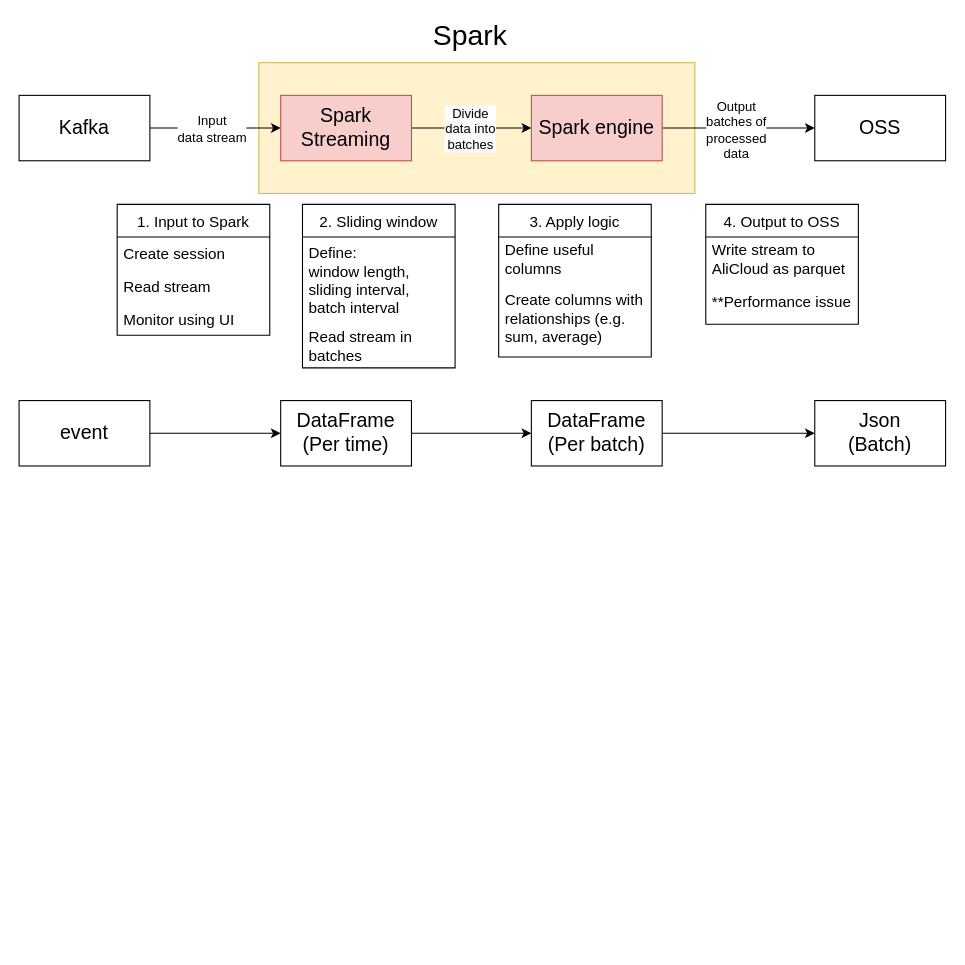
This is Untitled Diagram.drawio from tommy200401/Draw.io, a draw.io file, before an edit. Source tidied: cells renumbered, new cells numbered last; positions are measured from the earlier drawing's top-left corner, leaving out a move shared by most shapes. Both pictures are drawn from the tidied source at 109%, with x=0, y=0 at pixel (19, 19).
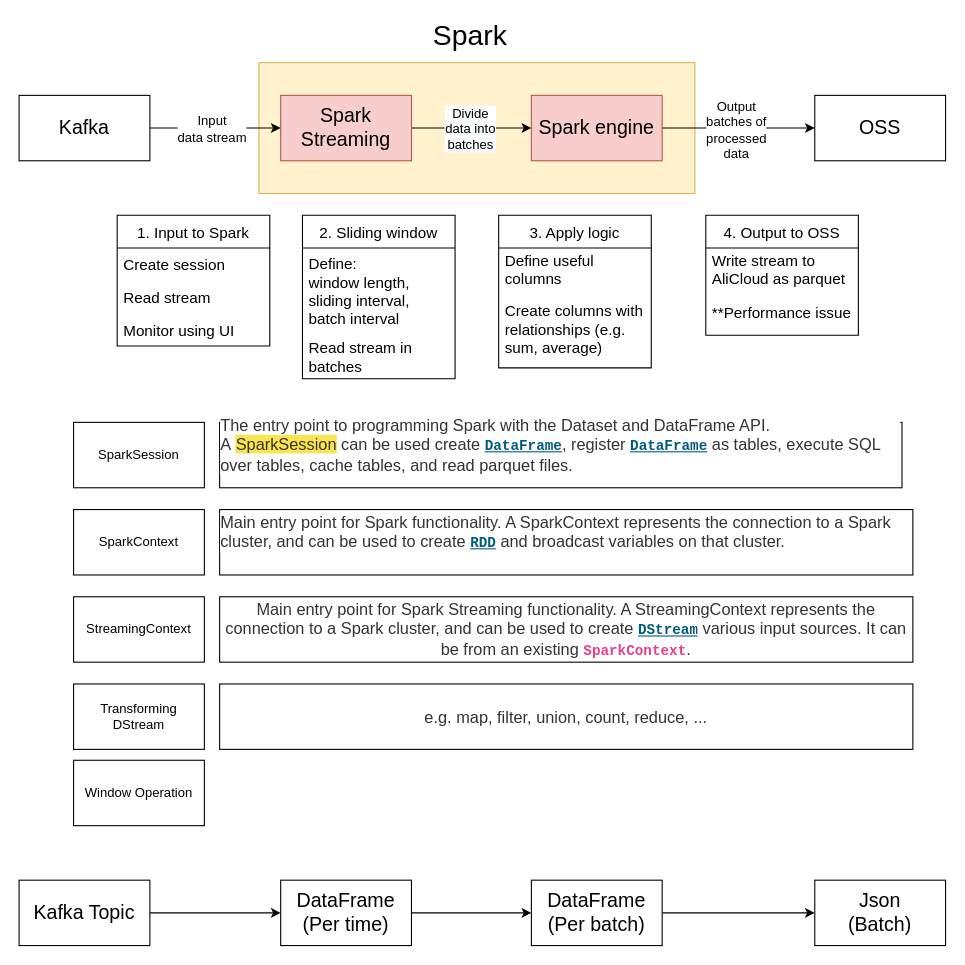
Above is the later version.

The edit, as a diff of the source:
```diff
@@
     <mxCell id="14" style="edgeStyle=orthogonalEdgeStyle;rounded=0;jettySize=auto;html=1;exitX=1;exitY=0.5;exitDx=0;exitDy=0;entryX=0;entryY=0.5;entryDx=0;entryDy=0;fontSize=18;" parent="1" edge="1" source="15">
       <mxGeometry relative="1" as="geometry">
-        <mxPoint x="240" y="380" as="targetPoint" />
+        <mxPoint x="240" y="820" as="targetPoint" />
       </mxGeometry>
     </mxCell>
-    <mxCell id="15" value="event" style="rounded=0;whiteSpace=wrap;html=1;fontSize=18;" parent="1" vertex="1">
-      <mxGeometry y="350" width="120" height="60" as="geometry" />
+    <mxCell id="15" value="Kafka Topic" style="rounded=0;whiteSpace=wrap;html=1;fontSize=18;" parent="1" vertex="1">
+      <mxGeometry y="790" width="120" height="60" as="geometry" />
     </mxCell>
@@
     <mxCell id="17" value="DataFrame&lt;br&gt;(Per batch)" style="rounded=0;whiteSpace=wrap;html=1;fontSize=18;" parent="1" vertex="1">
-      <mxGeometry x="470" y="350" width="120" height="60" as="geometry" />
+      <mxGeometry x="470" y="790" width="120" height="60" as="geometry" />
     </mxCell>
@@
     <mxCell id="19" value="DataFrame&lt;br&gt;(Per time)" style="rounded=0;whiteSpace=wrap;html=1;fontSize=18;" parent="1" vertex="1">
-      <mxGeometry x="240" y="350" width="120" height="60" as="geometry" />
+      <mxGeometry x="240" y="790" width="120" height="60" as="geometry" />
     </mxCell>
     <mxCell id="20" value="Json&lt;br&gt;(Batch)" style="rounded=0;whiteSpace=wrap;html=1;fontSize=18;" parent="1" vertex="1">
-      <mxGeometry x="730" y="350" width="120" height="60" as="geometry" />
+      <mxGeometry x="730" y="790" width="120" height="60" as="geometry" />
     </mxCell>
     <mxCell id="21" value="1. Input to Spark" style="swimlane;fontStyle=0;horizontal=1;startSize=30;fontSize=14;" parent="1" vertex="1">
-      <mxGeometry x="90" y="170" width="140" height="120" as="geometry" />
+      <mxGeometry x="90" y="180" width="140" height="120" as="geometry" />
     </mxCell>
@@
     <mxCell id="25" value="2. Sliding window" style="swimlane;fontStyle=0;horizontal=1;startSize=30;fontSize=14;" parent="1" vertex="1">
-      <mxGeometry x="260" y="170" width="140" height="150" as="geometry" />
+      <mxGeometry x="260" y="180" width="140" height="150" as="geometry" />
     </mxCell>
@@
     <mxCell id="28" value="3. Apply logic" style="swimlane;fontStyle=0;horizontal=1;startSize=30;fontSize=14;" parent="1" vertex="1">
-      <mxGeometry x="440" y="170" width="140" height="140" as="geometry" />
+      <mxGeometry x="440" y="180" width="140" height="140" as="geometry" />
     </mxCell>
@@
     <mxCell id="31" value="4. Output to OSS" style="swimlane;fontStyle=0;horizontal=1;startSize=30;fontSize=14;" parent="1" vertex="1">
-      <mxGeometry x="630" y="170" width="140" height="110" as="geometry" />
+      <mxGeometry x="630" y="180" width="140" height="110" as="geometry" />
     </mxCell>
@@
+    <mxCell id="34" value="SparkContext" style="rounded=0;whiteSpace=wrap;html=1;fontSize=12;" parent="1" vertex="1">
+      <mxGeometry x="50" y="450" width="120" height="60" as="geometry" />
+    </mxCell>
+    <mxCell id="35" value="StreamingContext" style="rounded=0;whiteSpace=wrap;html=1;fontSize=12;" parent="1" vertex="1">
+      <mxGeometry x="50" y="530" width="120" height="60" as="geometry" />
+    </mxCell>
+    <mxCell id="36" value="SparkSession" style="rounded=0;whiteSpace=wrap;html=1;fontSize=12;" parent="1" vertex="1">
+      <mxGeometry x="50" y="370" width="120" height="60" as="geometry" />
+    </mxCell>
+    <mxCell id="37" value="&lt;p style=&quot;box-sizing: border-box ; margin-top: 0px ; margin-bottom: 1.15rem ; font-size: 15px ; color: rgb(51 , 51 , 51) ; font-family: &amp;#34;source sans pro&amp;#34; , sans-serif ; text-align: left ; background-color: rgb(255 , 255 , 255)&quot;&gt;Main entry point for Spark functionality. A SparkContext represents the connection to a Spark cluster, and can be used to create&amp;nbsp;&lt;a class=&quot;reference internal&quot; href=&quot;https://spark.apache.org/docs/latest/api/python/reference/api/pyspark.RDD.html#pyspark.RDD&quot; title=&quot;pyspark.RDD&quot; style=&quot;box-sizing: border-box ; color: rgb(0 , 91 , 129) ; background-color: transparent&quot;&gt;&lt;code class=&quot;xref py py-class docutils literal notranslate&quot; style=&quot;box-sizing: border-box ; font-family: , &amp;#34;menlo&amp;#34; , &amp;#34;monaco&amp;#34; , &amp;#34;consolas&amp;#34; , &amp;#34;liberation mono&amp;#34; , &amp;#34;courier new&amp;#34; , monospace ; font-size: 13.125px ; color: inherit ; overflow-wrap: break-word ; background-color: transparent ; font-weight: bold&quot;&gt;&lt;span class=&quot;pre&quot; style=&quot;box-sizing: border-box&quot;&gt;RDD&lt;/span&gt;&lt;/code&gt;&lt;/a&gt;&amp;nbsp;and broadcast variables on that cluster.&lt;/p&gt;" style="rounded=0;whiteSpace=wrap;html=1;fontSize=12;" parent="1" vertex="1">
+      <mxGeometry x="184" y="450" width="636" height="60" as="geometry" />
+    </mxCell>
+    <mxCell id="38" value="&lt;span style=&quot;color: rgb(51 , 51 , 51) ; font-family: &amp;#34;source sans pro&amp;#34; , sans-serif ; font-size: 15px ; text-align: left ; background-color: rgb(255 , 255 , 255)&quot;&gt;Main entry point for Spark Streaming functionality. A StreamingContext represents the connection to a Spark cluster, and can be used to create&amp;nbsp;&lt;/span&gt;&lt;a class=&quot;reference internal&quot; href=&quot;https://spark.apache.org/docs/latest/api/python/reference/api/pyspark.streaming.DStream.html#pyspark.streaming.DStream&quot; title=&quot;pyspark.streaming.DStream&quot; style=&quot;box-sizing: border-box ; color: rgb(0 , 91 , 129) ; background-color: rgb(255 , 255 , 255) ; font-family: &amp;#34;source sans pro&amp;#34; , sans-serif ; font-size: 15px ; text-align: left&quot;&gt;&lt;code class=&quot;xref py py-class docutils literal notranslate&quot; style=&quot;box-sizing: border-box ; font-family: , &amp;#34;menlo&amp;#34; , &amp;#34;monaco&amp;#34; , &amp;#34;consolas&amp;#34; , &amp;#34;liberation mono&amp;#34; , &amp;#34;courier new&amp;#34; , monospace ; font-size: 13.125px ; color: inherit ; overflow-wrap: break-word ; background-color: transparent ; font-weight: bold&quot;&gt;&lt;span class=&quot;pre&quot; style=&quot;box-sizing: border-box&quot;&gt;DStream&lt;/span&gt;&lt;/code&gt;&lt;/a&gt;&lt;span style=&quot;color: rgb(51 , 51 , 51) ; font-family: &amp;#34;source sans pro&amp;#34; , sans-serif ; font-size: 15px ; text-align: left ; background-color: rgb(255 , 255 , 255)&quot;&gt;&amp;nbsp;various input sources. It can be from an existing&amp;nbsp;&lt;/span&gt;&lt;code class=&quot;xref py py-class docutils literal notranslate&quot; style=&quot;box-sizing: border-box ; font-family: , &amp;#34;menlo&amp;#34; , &amp;#34;monaco&amp;#34; , &amp;#34;consolas&amp;#34; , &amp;#34;liberation mono&amp;#34; , &amp;#34;courier new&amp;#34; , monospace ; font-size: 13.125px ; color: rgb(232 , 62 , 140) ; overflow-wrap: break-word ; background-color: rgb(255 , 255 , 255) ; font-weight: bold ; text-align: left&quot;&gt;&lt;span class=&quot;pre&quot; style=&quot;box-sizing: border-box&quot;&gt;SparkContext&lt;/span&gt;&lt;/code&gt;&lt;span style=&quot;color: rgb(51 , 51 , 51) ; font-family: &amp;#34;source sans pro&amp;#34; , sans-serif ; font-size: 15px ; text-align: left ; background-color: rgb(255 , 255 , 255)&quot;&gt;.&lt;/span&gt;" style="rounded=0;whiteSpace=wrap;html=1;fontSize=12;" parent="1" vertex="1">
+      <mxGeometry x="184" y="530" width="636" height="60" as="geometry" />
+    </mxCell>
+    <mxCell id="39" value="&lt;p style=&quot;box-sizing: border-box ; margin-top: 0px ; margin-bottom: 1.15rem ; font-size: 15px ; color: rgb(51 , 51 , 51) ; font-family: &amp;#34;source sans pro&amp;#34; , sans-serif ; text-align: left ; background-color: rgb(255 , 255 , 255)&quot;&gt;The entry point to programming Spark with the Dataset and DataFrame API. A&amp;nbsp;&lt;span class=&quot;highlighted&quot; style=&quot;box-sizing: border-box ; background-color: rgb(251 , 229 , 78)&quot;&gt;SparkSession&lt;/span&gt;&amp;nbsp;can be used create&amp;nbsp;&lt;a class=&quot;reference internal&quot; href=&quot;https://spark.apache.org/docs/latest/api/python/reference/api/pyspark.sql.DataFrame.html#pyspark.sql.DataFrame&quot; title=&quot;pyspark.sql.DataFrame&quot; style=&quot;box-sizing: border-box ; color: rgb(0 , 91 , 129) ; background-color: transparent&quot;&gt;&lt;code class=&quot;xref py py-class docutils literal notranslate&quot; style=&quot;box-sizing: border-box ; font-family: , &amp;#34;menlo&amp;#34; , &amp;#34;monaco&amp;#34; , &amp;#34;consolas&amp;#34; , &amp;#34;liberation mono&amp;#34; , &amp;#34;courier new&amp;#34; , monospace ; font-size: 13.125px ; color: inherit ; overflow-wrap: break-word ; background-color: transparent ; font-weight: bold&quot;&gt;&lt;span class=&quot;pre&quot; style=&quot;box-sizing: border-box&quot;&gt;DataFrame&lt;/span&gt;&lt;/code&gt;&lt;/a&gt;, register&amp;nbsp;&lt;a class=&quot;reference internal&quot; href=&quot;https://spark.apache.org/docs/latest/api/python/reference/api/pyspark.sql.DataFrame.html#pyspark.sql.DataFrame&quot; title=&quot;pyspark.sql.DataFrame&quot; style=&quot;box-sizing: border-box ; color: rgb(0 , 91 , 129) ; background-color: transparent&quot;&gt;&lt;code class=&quot;xref py py-class docutils literal notranslate&quot; style=&quot;box-sizing: border-box ; font-family: , &amp;#34;menlo&amp;#34; , &amp;#34;monaco&amp;#34; , &amp;#34;consolas&amp;#34; , &amp;#34;liberation mono&amp;#34; , &amp;#34;courier new&amp;#34; , monospace ; font-size: 13.125px ; color: inherit ; overflow-wrap: break-word ; background-color: transparent ; font-weight: bold&quot;&gt;&lt;span class=&quot;pre&quot; style=&quot;box-sizing: border-box&quot;&gt;DataFrame&lt;/span&gt;&lt;/code&gt;&lt;/a&gt;&amp;nbsp;as tables, execute SQL over tables, cache tables, and read parquet files.&amp;nbsp;&lt;/p&gt;" style="rounded=0;whiteSpace=wrap;html=1;fontSize=12;" parent="1" vertex="1">
+      <mxGeometry x="184" y="370" width="626" height="60" as="geometry" />
+    </mxCell>
+    <mxCell id="40" value="Transforming&lt;br&gt;DStream" style="rounded=0;whiteSpace=wrap;html=1;fontSize=12;" parent="1" vertex="1">
+      <mxGeometry x="50" y="610" width="120" height="60" as="geometry" />
+    </mxCell>
+    <mxCell id="41" value="Window Operation" style="rounded=0;whiteSpace=wrap;html=1;fontSize=12;" parent="1" vertex="1">
+      <mxGeometry x="50" y="680" width="120" height="60" as="geometry" />
+    </mxCell>
+    <mxCell id="42" value="&lt;div style=&quot;text-align: left&quot;&gt;&lt;font color=&quot;#333333&quot; face=&quot;source sans pro, sans-serif&quot;&gt;&lt;span style=&quot;font-size: 15px ; background-color: rgb(255 , 255 , 255)&quot;&gt;e.g. map, filter, union, count, reduce, ...&lt;/span&gt;&lt;/font&gt;&lt;/div&gt;" style="rounded=0;whiteSpace=wrap;html=1;fontSize=12;" parent="1" vertex="1">
+      <mxGeometry x="184" y="610" width="636" height="60" as="geometry" />
+    </mxCell>
```
